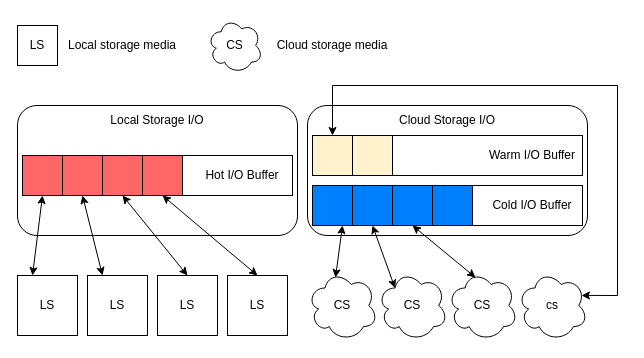
This is 3m_paper/iosystem.drawio from linqinluli/picture_draw, a draw.io file, before an edit. Source tidied: cells renumbered, new cells numbered last; positions are measured from the earlier drawing's top-left corner, leaving out a move shared by most shapes. Both pictures are drawn from the tidied source at 100%, with x=0, y=0 at pixel (17, 17).
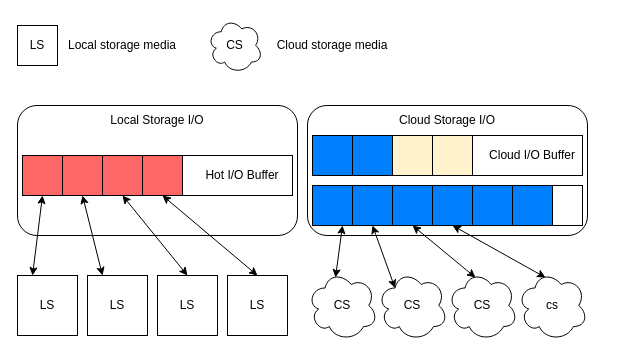
Above is the later version.

The change refers to these unchanged cells:
```xml
<mxCell id="13" style="whiteSpace=wrap;html=1;fillColor=#007FFF;" parent="1" vertex="1">
  <mxGeometry x="415" y="168" width="40" height="40" as="geometry" />
</mxCell>
<mxCell id="29" value="cs" style="ellipse;shape=cloud;whiteSpace=wrap;html=1;" parent="1" vertex="1">
  <mxGeometry x="500" y="253" width="70" height="70" as="geometry" />
</mxCell>
```

Diff of the diagram source:
```diff
@@
-    <mxCell id="14" style="whiteSpace=wrap;html=1;fillColor=#fff2cc;strokeColor=#000000;" parent="1" vertex="1">
+    <mxCell id="14" style="whiteSpace=wrap;html=1;fillColor=#007fff;strokeColor=#000000;" parent="1" vertex="1">
       <mxGeometry x="295" y="118" width="40" height="40" as="geometry" />
     </mxCell>
-    <mxCell id="15" style="whiteSpace=wrap;html=1;fillColor=#fff2cc;strokeColor=#000000;" parent="1" vertex="1">
-      <mxGeometry x="335" y="118" width="40" height="40" as="geometry" />
-    </mxCell>
@@
-    <mxCell id="21" value="Warm I/O Buffer" style="text;html=1;align=center;verticalAlign=middle;whiteSpace=wrap;rounded=0;" parent="1" vertex="1">
+    <mxCell id="21" value="Cloud I/O Buffer" style="text;html=1;align=center;verticalAlign=middle;whiteSpace=wrap;rounded=0;" parent="1" vertex="1">
       <mxGeometry x="465" y="123" width="100" height="30" as="geometry" />
     </mxCell>
-    <mxCell id="22" value="Cold I/O Buffer" style="text;html=1;align=center;verticalAlign=middle;whiteSpace=wrap;rounded=0;" parent="1" vertex="1">
-      <mxGeometry x="465" y="173" width="100" height="30" as="geometry" />
-    </mxCell>
@@
-    <mxCell id="36" style="endArrow=classic;startArrow=classic;html=1;rounded=0;entryX=0.5;entryY=0;entryDx=0;entryDy=0;exitX=0.914;exitY=0.356;exitDx=0;exitDy=0;exitPerimeter=0;" parent="1" edge="1" source="29" target="14">
-      <mxGeometry relative="1" as="geometry">
-        <Array as="points">
-          <mxPoint x="600" y="278" />
-          <mxPoint x="600" y="68" />
-          <mxPoint x="315" y="68" />
-        </Array>
-      </mxGeometry>
-    </mxCell>
@@
+    <mxCell id="42" style="whiteSpace=wrap;html=1;fillColor=#007fff;strokeColor=#000000;" parent="1" vertex="1">
+      <mxGeometry x="455" y="168" width="40" height="40" as="geometry" />
+    </mxCell>
+    <mxCell id="43" style="endArrow=classic;startArrow=classic;html=1;rounded=0;exitX=0.4;exitY=0.1;exitDx=0;exitDy=0;exitPerimeter=0;entryX=0.5;entryY=1;entryDx=0;entryDy=0;" parent="1" edge="1" source="29" target="13">
+      <mxGeometry relative="1" as="geometry" />
+    </mxCell>
+    <mxCell id="44" style="whiteSpace=wrap;html=1;fillColor=#007fff;strokeColor=#000000;" parent="1" vertex="1">
+      <mxGeometry x="335" y="118" width="40" height="40" as="geometry" />
+    </mxCell>
+    <mxCell id="45" style="whiteSpace=wrap;html=1;fillColor=#007fff;strokeColor=#000000;" parent="1" vertex="1">
+      <mxGeometry x="495" y="168" width="40" height="40" as="geometry" />
+    </mxCell>
+    <mxCell id="46" style="whiteSpace=wrap;html=1;fillColor=#fff2cc;strokeColor=#000000;" parent="1" vertex="1">
+      <mxGeometry x="375" y="118" width="40" height="40" as="geometry" />
+    </mxCell>
+    <mxCell id="47" style="whiteSpace=wrap;html=1;fillColor=#fff2cc;strokeColor=#000000;" parent="1" vertex="1">
+      <mxGeometry x="415" y="118" width="40" height="40" as="geometry" />
+    </mxCell>
```
